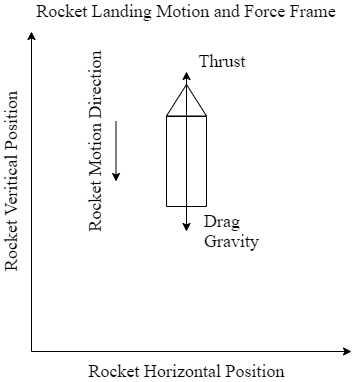
The draw.io diagram rocket landing.png in dayanbatuofu/MAE-598-Design-Optimization, before a commit. Source tidied: cells renumbered, new cells last; positions are measured from the earlier drawing's top-left corner, leaving out a move shared by most shapes.
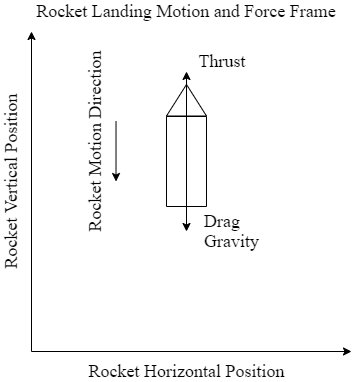
After the change.

The edit, as a diff of the source:
```diff
@@ -35,7 +35,7 @@
     <mxCell id="9" value="&lt;font style=&quot;font-size: 18px&quot; face=&quot;Times New Roman&quot;&gt;Gravity&lt;/font&gt;" style="text;html=1;strokeColor=none;fillColor=none;align=center;verticalAlign=middle;whiteSpace=wrap;rounded=0;" parent="1" vertex="1">
       <mxGeometry x="285.8" y="230" width="59.2" height="20" as="geometry" />
     </mxCell>
-    <mxCell id="10" value="&lt;font face=&quot;Times New Roman&quot; style=&quot;font-size: 18px&quot;&gt;Rocket Veritical Position&lt;/font&gt;" style="text;html=1;strokeColor=none;fillColor=none;align=center;verticalAlign=middle;whiteSpace=wrap;rounded=0;rotation=-90;" parent="1" vertex="1">
+    <mxCell id="10" value="&lt;font face=&quot;Times New Roman&quot; style=&quot;font-size: 18px&quot;&gt;Rocket Vertical Position&lt;/font&gt;" style="text;html=1;strokeColor=none;fillColor=none;align=center;verticalAlign=middle;whiteSpace=wrap;rounded=0;rotation=-90;" parent="1" vertex="1">
       <mxGeometry y="170" width="190" height="20" as="geometry" />
     </mxCell>
     <mxCell id="11" value="&lt;font face=&quot;Times New Roman&quot; style=&quot;font-size: 18px&quot;&gt;Rocket Horizontal Position&lt;/font&gt;" style="text;html=1;strokeColor=none;fillColor=none;align=center;verticalAlign=middle;whiteSpace=wrap;rounded=0;rotation=0;" parent="1" vertex="1">
```
